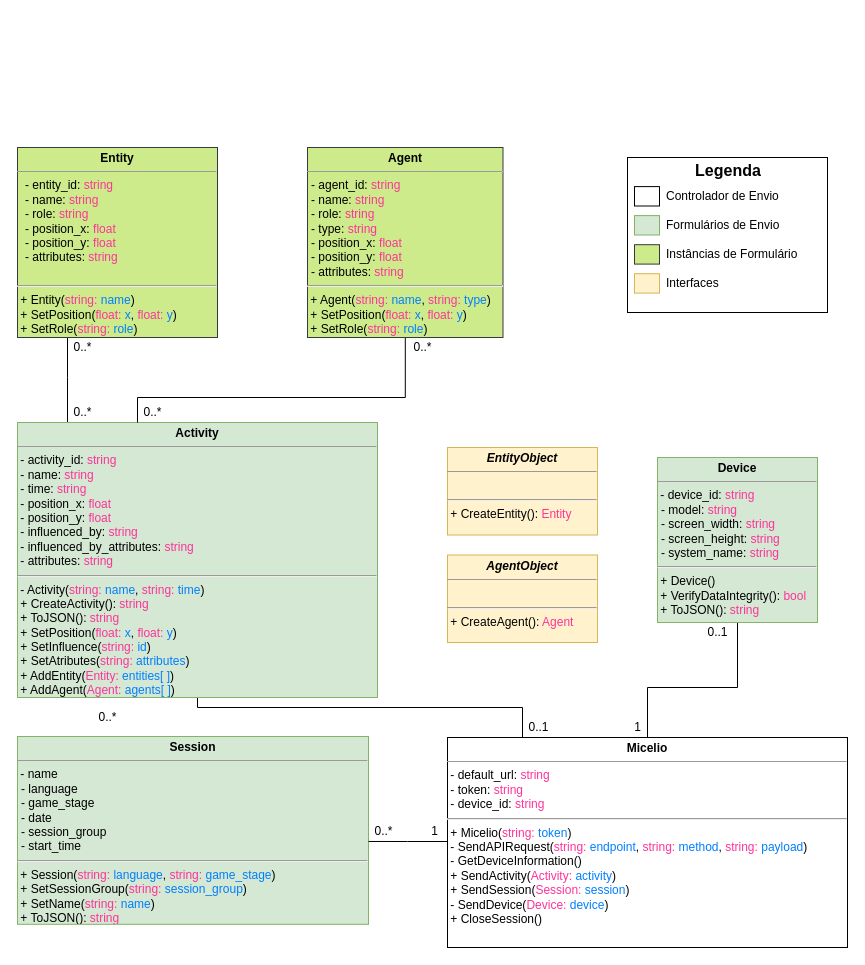
Above: page "MicelioUnity Class Model" (5 of 6) of Documentation/Diagramas/Modelo De Dados Proveniencia.drawio in multisens/micelio (draw.io), before the change. Source tidied: cells renumbered, new cells numbered last; positions are measured from the earlier drawing's top-left corner, leaving out a move shared by most shapes. Both pictures are drawn from the tidied source at 100%, with x=0, y=0 at pixel (17, 17).
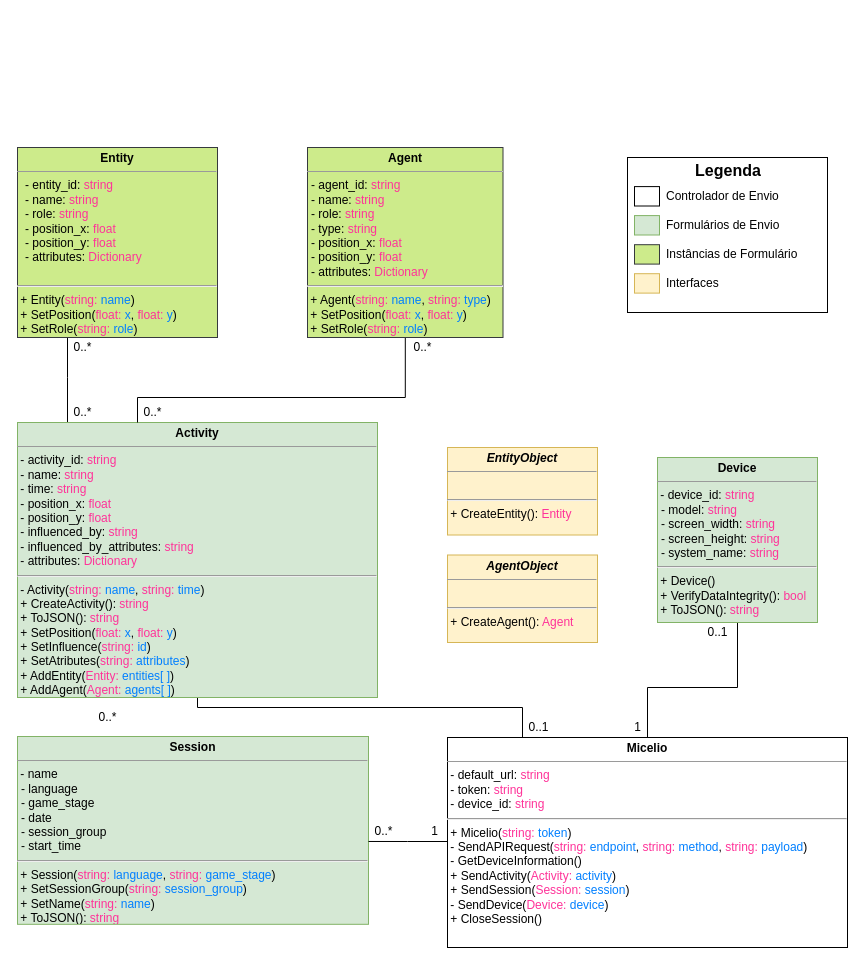
The same page after the edit.

Unchanged cells that the change refers to:
```xml
<mxCell id="17" style="group;" parent="1" vertex="1">
  <mxGeometry x="290" y="160" width="230" height="160" as="geometry" />
</mxCell>
```

Diff of the diagram source:
```diff
@@
-    <mxCell id="5" value="&lt;p style=&quot;margin: 0px ; margin-top: 4px ; text-align: center&quot;&gt;&lt;b&gt;Activity&lt;/b&gt;&lt;/p&gt;&lt;hr size=&quot;1&quot;&gt;&amp;nbsp;- activity_id: &lt;font color=&quot;#ff3399&quot;&gt;string&lt;/font&gt;&lt;br&gt;&amp;nbsp;- name: &lt;font color=&quot;#ff3399&quot;&gt;string&lt;/font&gt;&lt;br&gt;&amp;nbsp;- time: &lt;font color=&quot;#ff3399&quot;&gt;string&lt;/font&gt;&lt;br&gt;&amp;nbsp;- position_x: &lt;font color=&quot;#ff3399&quot;&gt;float&lt;/font&gt;&lt;br&gt;&amp;nbsp;- position_y: &lt;font color=&quot;#ff3399&quot;&gt;float&lt;/font&gt;&lt;br&gt;&amp;nbsp;- influenced_by: &lt;font color=&quot;#ff3399&quot;&gt;string&lt;/font&gt;&lt;br&gt;&amp;nbsp;- influenced_by_attributes: &lt;font color=&quot;#ff3399&quot;&gt;string&lt;/font&gt;&lt;br&gt;&amp;nbsp;- attributes: &lt;font color=&quot;#ff3399&quot;&gt;string&lt;/font&gt;&lt;br&gt;&lt;hr&gt;&amp;nbsp;- Activity(&lt;span style=&quot;color: rgb(255 , 51 , 153)&quot;&gt;string:&amp;nbsp;&lt;/span&gt;&lt;font color=&quot;#007fff&quot;&gt;name&lt;/font&gt;,&amp;nbsp;&lt;span style=&quot;color: rgb(255 , 51 , 153)&quot;&gt;string:&amp;nbsp;&lt;/span&gt;&lt;font color=&quot;#007fff&quot;&gt;time&lt;/font&gt;)&lt;br&gt;&amp;nbsp;+ CreateActivity(): &lt;font color=&quot;#ff3399&quot;&gt;string&lt;/font&gt;&lt;br&gt;&amp;nbsp;+ ToJSON(): &lt;font color=&quot;#ff3399&quot;&gt;string&lt;/font&gt;&lt;br&gt;&amp;nbsp;+ SetPosition(&lt;span style=&quot;color: rgb(255 , 51 , 153)&quot;&gt;float:&amp;nbsp;&lt;/span&gt;&lt;font color=&quot;#007fff&quot;&gt;x&lt;/font&gt;,&amp;nbsp;&lt;span style=&quot;color: rgb(255 , 51 , 153)&quot;&gt;float:&amp;nbsp;&lt;/span&gt;&lt;font color=&quot;#007fff&quot;&gt;y&lt;/font&gt;)&lt;br&gt;&amp;nbsp;+ SetInfluence(&lt;span style=&quot;color: rgb(255 , 51 , 153)&quot;&gt;string:&amp;nbsp;&lt;/span&gt;&lt;font color=&quot;#007fff&quot;&gt;id&lt;/font&gt;)&lt;br&gt;&amp;nbsp;+ SetAtributes(&lt;span style=&quot;color: rgb(255 , 51 , 153)&quot;&gt;string:&amp;nbsp;&lt;/span&gt;&lt;font color=&quot;#007fff&quot;&gt;attributes&lt;/font&gt;)&lt;br&gt;&amp;nbsp;+ AddEntity(&lt;span style=&quot;color: rgb(255 , 51 , 153)&quot;&gt;Entity: &lt;/span&gt;&lt;font color=&quot;#007fff&quot;&gt;entities[ ]&lt;/font&gt;)&lt;br&gt;&amp;nbsp;+ AddAgent(&lt;span style=&quot;color: rgb(255 , 51 , 153)&quot;&gt;Agent:&amp;nbsp;&lt;/span&gt;&lt;font color=&quot;#007fff&quot;&gt;agents[ ]&lt;/font&gt;)" style="verticalAlign=top;align=left;overflow=fill;fontSize=12;fontFamily=Helvetica;html=1;glass=0;fillColor=#d5e8d4;strokeColor=#82b366;" parent="1" vertex="1">
+    <mxCell id="5" value="&lt;p style=&quot;margin: 0px ; margin-top: 4px ; text-align: center&quot;&gt;&lt;b&gt;Activity&lt;/b&gt;&lt;/p&gt;&lt;hr size=&quot;1&quot;&gt;&amp;nbsp;- activity_id: &lt;font color=&quot;#ff3399&quot;&gt;string&lt;/font&gt;&lt;br&gt;&amp;nbsp;- name: &lt;font color=&quot;#ff3399&quot;&gt;string&lt;/font&gt;&lt;br&gt;&amp;nbsp;- time: &lt;font color=&quot;#ff3399&quot;&gt;string&lt;/font&gt;&lt;br&gt;&amp;nbsp;- position_x: &lt;font color=&quot;#ff3399&quot;&gt;float&lt;/font&gt;&lt;br&gt;&amp;nbsp;- position_y: &lt;font color=&quot;#ff3399&quot;&gt;float&lt;/font&gt;&lt;br&gt;&amp;nbsp;- influenced_by: &lt;font color=&quot;#ff3399&quot;&gt;string&lt;/font&gt;&lt;br&gt;&amp;nbsp;- influenced_by_attributes: &lt;font color=&quot;#ff3399&quot;&gt;string&lt;/font&gt;&lt;br&gt;&amp;nbsp;- attributes: &lt;font color=&quot;#ff3399&quot;&gt;Dictionary&lt;/font&gt;&lt;br&gt;&lt;hr&gt;&amp;nbsp;- Activity(&lt;span style=&quot;color: rgb(255 , 51 , 153)&quot;&gt;string:&amp;nbsp;&lt;/span&gt;&lt;font color=&quot;#007fff&quot;&gt;name&lt;/font&gt;,&amp;nbsp;&lt;span style=&quot;color: rgb(255 , 51 , 153)&quot;&gt;string:&amp;nbsp;&lt;/span&gt;&lt;font color=&quot;#007fff&quot;&gt;time&lt;/font&gt;)&lt;br&gt;&amp;nbsp;+ CreateActivity(): &lt;font color=&quot;#ff3399&quot;&gt;string&lt;/font&gt;&lt;br&gt;&amp;nbsp;+ ToJSON(): &lt;font color=&quot;#ff3399&quot;&gt;string&lt;/font&gt;&lt;br&gt;&amp;nbsp;+ SetPosition(&lt;span style=&quot;color: rgb(255 , 51 , 153)&quot;&gt;float:&amp;nbsp;&lt;/span&gt;&lt;font color=&quot;#007fff&quot;&gt;x&lt;/font&gt;,&amp;nbsp;&lt;span style=&quot;color: rgb(255 , 51 , 153)&quot;&gt;float:&amp;nbsp;&lt;/span&gt;&lt;font color=&quot;#007fff&quot;&gt;y&lt;/font&gt;)&lt;br&gt;&amp;nbsp;+ SetInfluence(&lt;span style=&quot;color: rgb(255 , 51 , 153)&quot;&gt;string:&amp;nbsp;&lt;/span&gt;&lt;font color=&quot;#007fff&quot;&gt;id&lt;/font&gt;)&lt;br&gt;&amp;nbsp;+ SetAtributes(&lt;span style=&quot;color: rgb(255 , 51 , 153)&quot;&gt;string:&amp;nbsp;&lt;/span&gt;&lt;font color=&quot;#007fff&quot;&gt;attributes&lt;/font&gt;)&lt;br&gt;&amp;nbsp;+ AddEntity(&lt;span style=&quot;color: rgb(255 , 51 , 153)&quot;&gt;Entity: &lt;/span&gt;&lt;font color=&quot;#007fff&quot;&gt;entities[ ]&lt;/font&gt;)&lt;br&gt;&amp;nbsp;+ AddAgent(&lt;span style=&quot;color: rgb(255 , 51 , 153)&quot;&gt;Agent:&amp;nbsp;&lt;/span&gt;&lt;font color=&quot;#007fff&quot;&gt;agents[ ]&lt;/font&gt;)" style="verticalAlign=top;align=left;overflow=fill;fontSize=12;fontFamily=Helvetica;html=1;glass=0;fillColor=#d5e8d4;strokeColor=#82b366;" parent="1" vertex="1">
       <mxGeometry y="405" width="360" height="275" as="geometry" />
     </mxCell>
-    <mxCell id="6" value="&lt;p style=&quot;margin: 0px ; margin-top: 4px ; text-align: center&quot;&gt;&lt;b&gt;Entity&lt;/b&gt;&lt;/p&gt;&lt;hr size=&quot;1&quot;&gt;&lt;p style=&quot;margin: 0px 0px 0px 8px&quot;&gt;- entity_id: &lt;font color=&quot;#ff3399&quot;&gt;string&lt;/font&gt;&lt;/p&gt;&lt;p style=&quot;margin: 0px 0px 0px 8px&quot;&gt;- name: &lt;font color=&quot;#ff3399&quot;&gt;string&lt;/font&gt;&lt;br&gt;&lt;/p&gt;&lt;p style=&quot;margin: 0px 0px 0px 8px&quot;&gt;- role: &lt;font color=&quot;#ff3399&quot;&gt;string&lt;/font&gt;&lt;/p&gt;&lt;p style=&quot;margin: 0px 0px 0px 8px&quot;&gt;- position_x: &lt;font color=&quot;#ff3399&quot;&gt;float&lt;/font&gt;&lt;br&gt;- position_y: &lt;font color=&quot;#ff3399&quot;&gt;float&lt;/font&gt;&lt;br&gt;&lt;/p&gt;&lt;p style=&quot;margin: 0px 0px 0px 8px&quot;&gt;- attributes: &lt;font color=&quot;#ff3399&quot;&gt;string&lt;/font&gt;&lt;/p&gt;&lt;p style=&quot;margin: 0px 0px 0px 8px&quot;&gt;&lt;br&gt;&lt;/p&gt;&lt;hr&gt;&amp;nbsp;+ Entity(&lt;span style=&quot;color: rgb(255 , 51 , 153)&quot;&gt;string:&amp;nbsp;&lt;/span&gt;&lt;font color=&quot;#007fff&quot;&gt;name&lt;/font&gt;)&lt;br&gt;&amp;nbsp;+ SetPosition(&lt;span style=&quot;color: rgb(255 , 51 , 153)&quot;&gt;float:&amp;nbsp;&lt;/span&gt;&lt;font color=&quot;#007fff&quot;&gt;x&lt;/font&gt;,&amp;nbsp;&lt;span style=&quot;color: rgb(255 , 51 , 153)&quot;&gt;float:&amp;nbsp;&lt;/span&gt;&lt;font color=&quot;#007fff&quot;&gt;y&lt;/font&gt;)&lt;br&gt;&amp;nbsp;+ SetRole(&lt;span style=&quot;color: rgb(255 , 51 , 153)&quot;&gt;string:&amp;nbsp;&lt;/span&gt;&lt;font color=&quot;#007fff&quot;&gt;role&lt;/font&gt;)&lt;br&gt;&amp;nbsp;" style="verticalAlign=top;align=left;overflow=fill;fontSize=12;fontFamily=Helvetica;html=1;glass=0;fillColor=#cdeb8b;strokeColor=#36393d;" parent="1" vertex="1">
+    <mxCell id="6" value="&lt;p style=&quot;margin: 0px ; margin-top: 4px ; text-align: center&quot;&gt;&lt;b&gt;Entity&lt;/b&gt;&lt;/p&gt;&lt;hr size=&quot;1&quot;&gt;&lt;p style=&quot;margin: 0px 0px 0px 8px&quot;&gt;- entity_id: &lt;font color=&quot;#ff3399&quot;&gt;string&lt;/font&gt;&lt;/p&gt;&lt;p style=&quot;margin: 0px 0px 0px 8px&quot;&gt;- name: &lt;font color=&quot;#ff3399&quot;&gt;string&lt;/font&gt;&lt;br&gt;&lt;/p&gt;&lt;p style=&quot;margin: 0px 0px 0px 8px&quot;&gt;- role: &lt;font color=&quot;#ff3399&quot;&gt;string&lt;/font&gt;&lt;/p&gt;&lt;p style=&quot;margin: 0px 0px 0px 8px&quot;&gt;- position_x: &lt;font color=&quot;#ff3399&quot;&gt;float&lt;/font&gt;&lt;br&gt;- position_y: &lt;font color=&quot;#ff3399&quot;&gt;float&lt;/font&gt;&lt;br&gt;&lt;/p&gt;&lt;p style=&quot;margin: 0px 0px 0px 8px&quot;&gt;- attributes: &lt;font color=&quot;#ff3399&quot;&gt;Dictionary&lt;/font&gt;&lt;/p&gt;&lt;p style=&quot;margin: 0px 0px 0px 8px&quot;&gt;&lt;br&gt;&lt;/p&gt;&lt;hr&gt;&amp;nbsp;+ Entity(&lt;span style=&quot;color: rgb(255 , 51 , 153)&quot;&gt;string:&amp;nbsp;&lt;/span&gt;&lt;font color=&quot;#007fff&quot;&gt;name&lt;/font&gt;)&lt;br&gt;&amp;nbsp;+ SetPosition(&lt;span style=&quot;color: rgb(255 , 51 , 153)&quot;&gt;float:&amp;nbsp;&lt;/span&gt;&lt;font color=&quot;#007fff&quot;&gt;x&lt;/font&gt;,&amp;nbsp;&lt;span style=&quot;color: rgb(255 , 51 , 153)&quot;&gt;float:&amp;nbsp;&lt;/span&gt;&lt;font color=&quot;#007fff&quot;&gt;y&lt;/font&gt;)&lt;br&gt;&amp;nbsp;+ SetRole(&lt;span style=&quot;color: rgb(255 , 51 , 153)&quot;&gt;string:&amp;nbsp;&lt;/span&gt;&lt;font color=&quot;#007fff&quot;&gt;role&lt;/font&gt;)&lt;br&gt;&amp;nbsp;" style="verticalAlign=top;align=left;overflow=fill;fontSize=12;fontFamily=Helvetica;html=1;glass=0;fillColor=#cdeb8b;strokeColor=#36393d;" parent="1" vertex="1">
       <mxGeometry y="130" width="200" height="190" as="geometry" />
     </mxCell>
@@
-    <mxCell id="18" value="&lt;p style=&quot;margin: 0px ; margin-top: 4px ; text-align: center&quot;&gt;&lt;b&gt;Agent&lt;/b&gt;&lt;/p&gt;&lt;hr size=&quot;1&quot;&gt;&lt;p style=&quot;margin: 0px 0px 0px 4px&quot;&gt;- agent_id: &lt;font color=&quot;#ff3399&quot;&gt;string&lt;/font&gt;&lt;/p&gt;&lt;p style=&quot;margin: 0px 0px 0px 4px&quot;&gt;- name: &lt;font color=&quot;#ff3399&quot;&gt;string&lt;/font&gt;&lt;/p&gt;&lt;p style=&quot;margin: 0px 0px 0px 4px&quot;&gt;- role: &lt;font color=&quot;#ff3399&quot;&gt;string&lt;/font&gt;&lt;/p&gt;&lt;p style=&quot;margin: 0px 0px 0px 4px&quot;&gt;- type: &lt;font color=&quot;#ff3399&quot;&gt;string&lt;/font&gt;&lt;/p&gt;&lt;p style=&quot;margin: 0px 0px 0px 4px&quot;&gt;- position_x: &lt;font color=&quot;#ff3399&quot;&gt;float&lt;/font&gt;&lt;br&gt;- position_y: &lt;font color=&quot;#ff3399&quot;&gt;float&lt;/font&gt;&lt;br&gt;&lt;/p&gt;&lt;p style=&quot;margin: 0px 0px 0px 4px&quot;&gt;- attributes: &lt;font color=&quot;#ff3399&quot;&gt;string&lt;/font&gt;&lt;br&gt;&lt;/p&gt;&lt;hr&gt;&amp;nbsp;+ Agent(&lt;span style=&quot;color: rgb(255 , 51 , 153)&quot;&gt;string:&amp;nbsp;&lt;/span&gt;&lt;font color=&quot;#007fff&quot;&gt;name&lt;/font&gt;,&amp;nbsp;&lt;span style=&quot;color: rgb(255 , 51 , 153)&quot;&gt;string: &lt;/span&gt;&lt;font color=&quot;#007fff&quot;&gt;type&lt;/font&gt;)&lt;br&gt;&amp;nbsp;+ SetPosition(&lt;span style=&quot;color: rgb(255 , 51 , 153)&quot;&gt;float:&amp;nbsp;&lt;/span&gt;&lt;font color=&quot;#007fff&quot;&gt;x&lt;/font&gt;,&amp;nbsp;&lt;span style=&quot;color: rgb(255 , 51 , 153)&quot;&gt;float:&amp;nbsp;&lt;/span&gt;&lt;font color=&quot;#007fff&quot;&gt;y&lt;/font&gt;)&lt;br&gt;&amp;nbsp;+ SetRole(&lt;span style=&quot;color: rgb(255 , 51 , 153)&quot;&gt;string:&amp;nbsp;&lt;/span&gt;&lt;font color=&quot;#007fff&quot;&gt;role&lt;/font&gt;)" style="verticalAlign=top;align=left;overflow=fill;fontSize=12;fontFamily=Helvetica;html=1;glass=0;fillColor=#cdeb8b;strokeColor=#36393d;" parent="17" vertex="1">
+    <mxCell id="18" value="&lt;p style=&quot;margin: 0px ; margin-top: 4px ; text-align: center&quot;&gt;&lt;b&gt;Agent&lt;/b&gt;&lt;/p&gt;&lt;hr size=&quot;1&quot;&gt;&lt;p style=&quot;margin: 0px 0px 0px 4px&quot;&gt;- agent_id: &lt;font color=&quot;#ff3399&quot;&gt;string&lt;/font&gt;&lt;/p&gt;&lt;p style=&quot;margin: 0px 0px 0px 4px&quot;&gt;- name: &lt;font color=&quot;#ff3399&quot;&gt;string&lt;/font&gt;&lt;/p&gt;&lt;p style=&quot;margin: 0px 0px 0px 4px&quot;&gt;- role: &lt;font color=&quot;#ff3399&quot;&gt;string&lt;/font&gt;&lt;/p&gt;&lt;p style=&quot;margin: 0px 0px 0px 4px&quot;&gt;- type: &lt;font color=&quot;#ff3399&quot;&gt;string&lt;/font&gt;&lt;/p&gt;&lt;p style=&quot;margin: 0px 0px 0px 4px&quot;&gt;- position_x: &lt;font color=&quot;#ff3399&quot;&gt;float&lt;/font&gt;&lt;br&gt;- position_y: &lt;font color=&quot;#ff3399&quot;&gt;float&lt;/font&gt;&lt;br&gt;&lt;/p&gt;&lt;p style=&quot;margin: 0px 0px 0px 4px&quot;&gt;- attributes: &lt;font color=&quot;#ff3399&quot;&gt;Dictionary&lt;/font&gt;&lt;br&gt;&lt;/p&gt;&lt;hr&gt;&amp;nbsp;+ Agent(&lt;span style=&quot;color: rgb(255 , 51 , 153)&quot;&gt;string:&amp;nbsp;&lt;/span&gt;&lt;font color=&quot;#007fff&quot;&gt;name&lt;/font&gt;,&amp;nbsp;&lt;span style=&quot;color: rgb(255 , 51 , 153)&quot;&gt;string: &lt;/span&gt;&lt;font color=&quot;#007fff&quot;&gt;type&lt;/font&gt;)&lt;br&gt;&amp;nbsp;+ SetPosition(&lt;span style=&quot;color: rgb(255 , 51 , 153)&quot;&gt;float:&amp;nbsp;&lt;/span&gt;&lt;font color=&quot;#007fff&quot;&gt;x&lt;/font&gt;,&amp;nbsp;&lt;span style=&quot;color: rgb(255 , 51 , 153)&quot;&gt;float:&amp;nbsp;&lt;/span&gt;&lt;font color=&quot;#007fff&quot;&gt;y&lt;/font&gt;)&lt;br&gt;&amp;nbsp;+ SetRole(&lt;span style=&quot;color: rgb(255 , 51 , 153)&quot;&gt;string:&amp;nbsp;&lt;/span&gt;&lt;font color=&quot;#007fff&quot;&gt;role&lt;/font&gt;)" style="verticalAlign=top;align=left;overflow=fill;fontSize=12;fontFamily=Helvetica;html=1;glass=0;fillColor=#cdeb8b;strokeColor=#36393d;" parent="17" vertex="1">
       <mxGeometry y="-30" width="195.5" height="190" as="geometry" />
     </mxCell>
```
